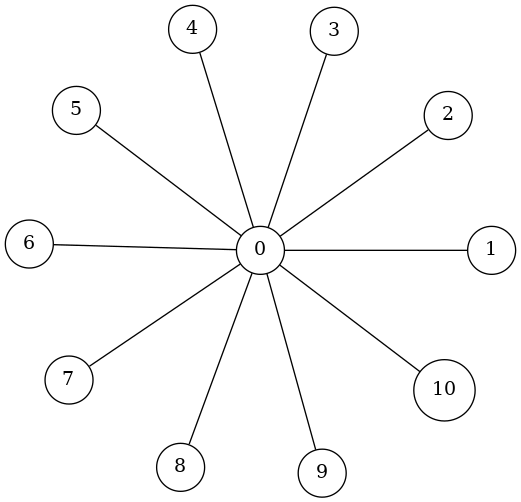
AkiraShougun/Graph-Theory keeps this Graphviz diagram as graph.png. Above is the earlier version. Its source is kept beside it as graph.dot.
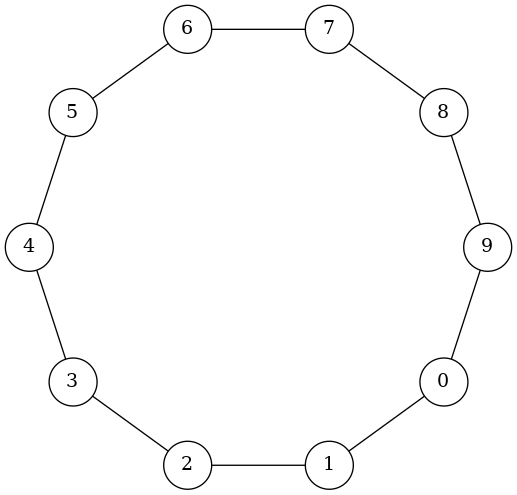
After the commit.

The edit, as a diff of the source:
```diff
@@ -12,13 +12,13 @@
 8;
 9;
 0 -- 1;
-0 -- 2;
-0 -- 3;
-0 -- 4;
-0 -- 5;
-0 -- 6;
-0 -- 7;
-0 -- 8;
 0 -- 9;
-0--10;
+1 -- 2;
+2 -- 3;
+3 -- 4;
+4 -- 5;
+5 -- 6;
+6 -- 7;
+7 -- 8;
+8 -- 9;
 }
```
